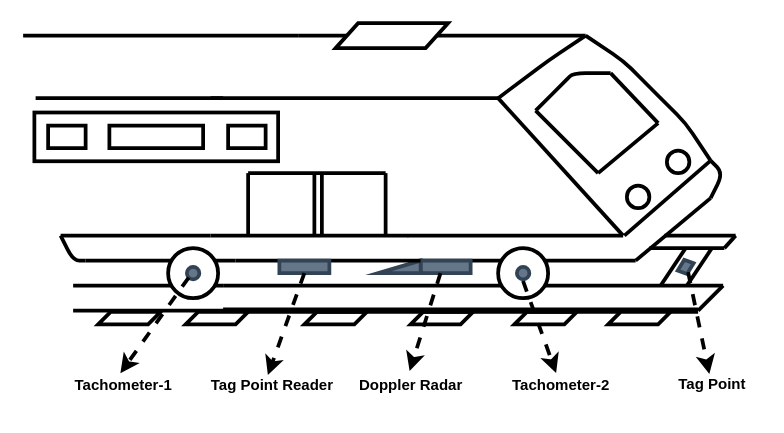
This is page "Page-2" (2 of 5) of Untitled Diagram.drawio from burakbasaraann/drawing, a draw.io file, before an edit. Source tidied: cells renumbered, new cells numbered last; positions are measured from the earlier drawing's top-left corner, leaving out a move shared by most shapes. Both pictures are drawn from the tidied source at 125%, with x=0, y=0 at pixel (22, 22).
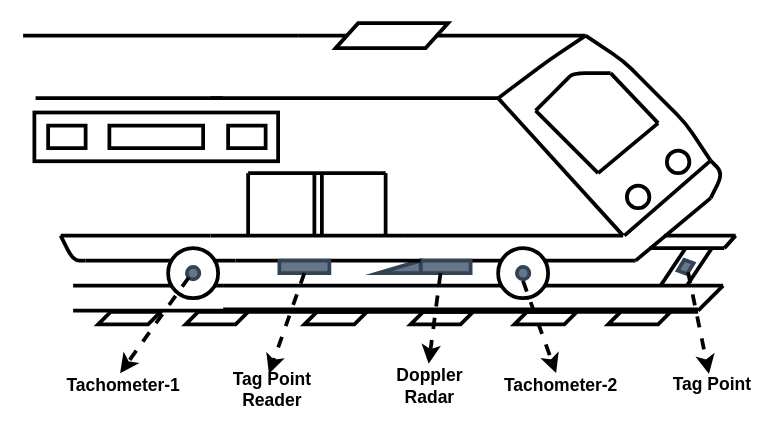
After the change.

Change to the diagram source:
```diff
@@
-    <mxCell id="33" value="Tachometer-1" style="text;html=1;align=center;verticalAlign=middle;points=[];fontSize=12;fontFamily=Helvetica;strokeWidth=3;fontStyle=1;" parent="1" vertex="1">
-      <mxGeometry x="30" y="280" width="100" height="20" as="geometry" />
+    <mxCell id="33" value="&lt;font style=&quot;font-size: 14px&quot;&gt;Tachometer-1&lt;/font&gt;" style="text;html=1;align=center;verticalAlign=middle;points=[];fontSize=12;fontFamily=Helvetica;strokeWidth=3;fontStyle=1;" parent="1" vertex="1">
+      <mxGeometry x="25" y="280" width="110" height="20" as="geometry" />
     </mxCell>
@@
-    <mxCell id="35" value="Tachometer-2" style="text;html=1;align=center;verticalAlign=middle;points=[];fontSize=12;fontFamily=Helvetica;strokeWidth=3;fontStyle=1;" parent="1" vertex="1">
-      <mxGeometry x="380" y="280" width="100" height="20" as="geometry" />
+    <mxCell id="35" value="&lt;font style=&quot;font-size: 14px&quot;&gt;Tachometer-2&lt;/font&gt;" style="text;html=1;align=center;verticalAlign=middle;points=[];fontSize=12;fontFamily=Helvetica;strokeWidth=3;fontStyle=1;" parent="1" vertex="1">
+      <mxGeometry x="375" y="280" width="110" height="20" as="geometry" />
     </mxCell>
@@
-    <mxCell id="37" value="Doppler Radar" style="text;html=1;align=center;verticalAlign=middle;points=[];fontSize=12;fontFamily=Helvetica;strokeWidth=3;fontStyle=1;" parent="1" vertex="1">
-      <mxGeometry x="260" y="280" width="100" height="20" as="geometry" />
+    <mxCell id="37" value="&lt;font style=&quot;font-size: 14px&quot;&gt;Doppler &lt;br&gt;Radar&lt;/font&gt;" style="text;html=1;align=center;verticalAlign=middle;points=[];fontSize=12;fontFamily=Helvetica;strokeWidth=3;fontStyle=1;" parent="1" vertex="1">
+      <mxGeometry x="290" y="275" width="70" height="30" as="geometry" />
     </mxCell>
@@
-    <mxCell id="64" value="Tag Point Reader" style="text;html=1;align=center;verticalAlign=middle;points=[];fontSize=12;fontFamily=Helvetica;strokeWidth=3;fontStyle=1;" parent="1" vertex="1">
-      <mxGeometry x="144" y="280" width="110" height="20" as="geometry" />
+    <mxCell id="64" value="&lt;font style=&quot;font-size: 14px&quot;&gt;Tag Point &lt;br&gt;Reader&lt;/font&gt;" style="text;html=1;align=center;verticalAlign=middle;points=[];fontSize=12;fontFamily=Helvetica;strokeWidth=3;fontStyle=1;" parent="1" vertex="1">
+      <mxGeometry x="159" y="278" width="80" height="30" as="geometry" />
     </mxCell>
@@
-    <mxCell id="67" value="Tag Point" style="text;html=1;align=center;verticalAlign=middle;points=[];fontSize=12;fontFamily=Helvetica;strokeWidth=3;fontStyle=1;" parent="1" vertex="1">
-      <mxGeometry x="516" y="279" width="70" height="20" as="geometry" />
+    <mxCell id="67" value="&lt;font style=&quot;font-size: 14px&quot;&gt;Tag Point&lt;/font&gt;" style="text;html=1;align=center;verticalAlign=middle;points=[];fontSize=12;fontFamily=Helvetica;strokeWidth=3;fontStyle=1;" parent="1" vertex="1">
+      <mxGeometry x="511" y="279" width="80" height="20" as="geometry" />
     </mxCell>
```
